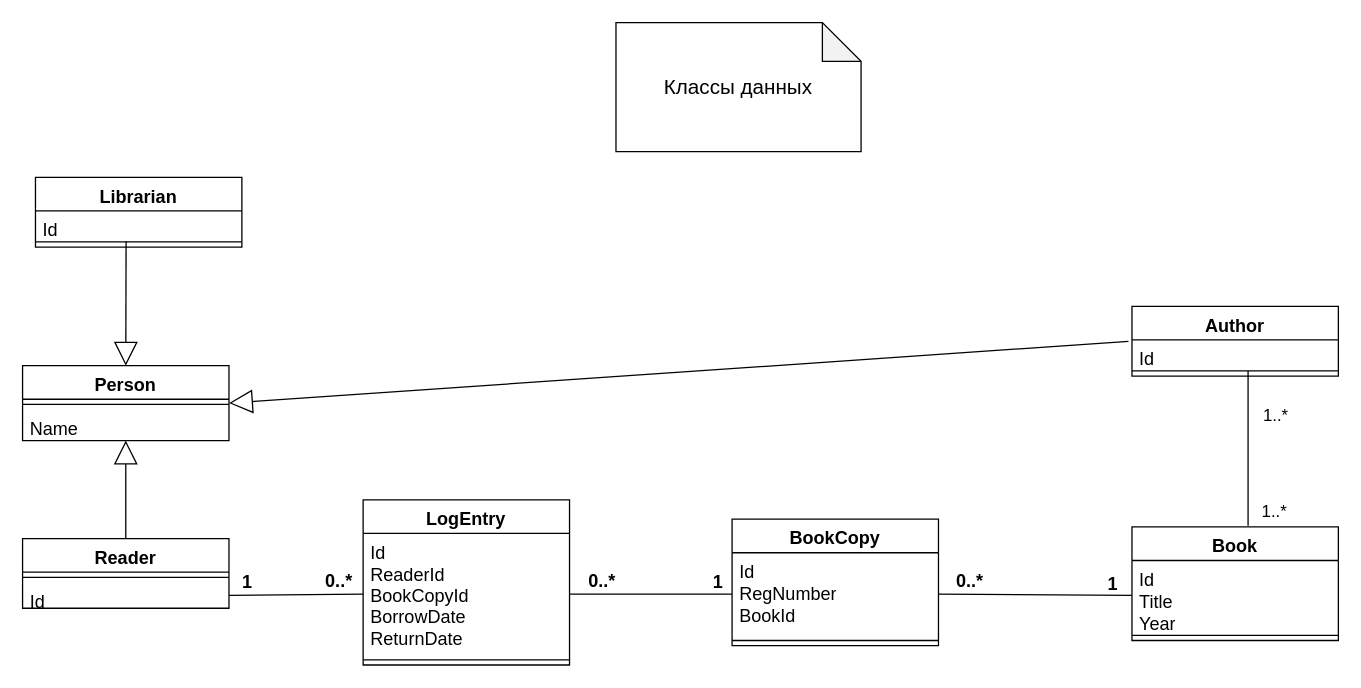
Earlier version of the draw.io diagram Документы/Диаграммы/КлассыДанных.drawio (elaktionovtop/Library). Source tidied: cells renumbered, new cells numbered last; positions are measured from the earlier drawing's top-left corner, leaving out a move shared by most shapes. Both pictures are drawn from the tidied source at 129%, with x=0, y=0 at pixel (22, 22).
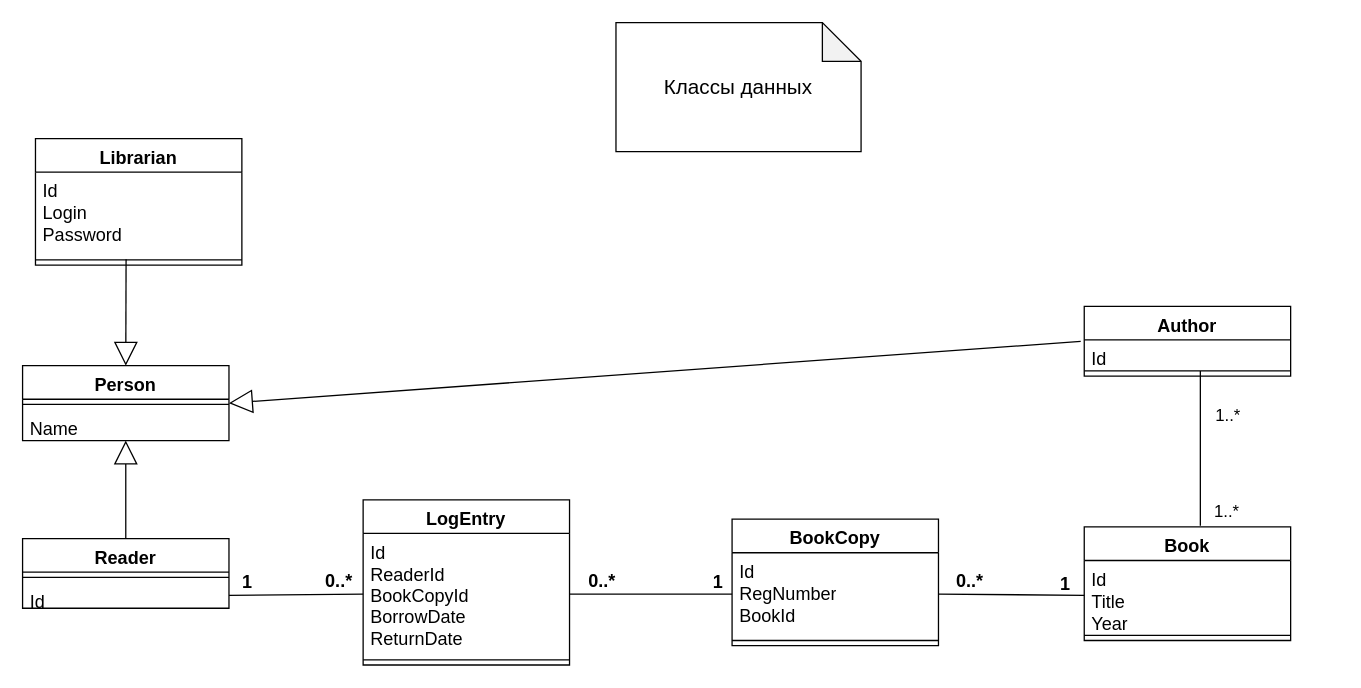
The same diagram, later.

Diff of the diagram source:
```diff
@@
     <mxCell id="14" value="Librarian" style="swimlane;fontStyle=1;align=center;verticalAlign=top;horizontal=1;startSize=26;whiteSpace=wrap;html=1;fontSize=14;" parent="1" vertex="1">
-      <mxGeometry x="10" y="120" width="160" height="54" as="geometry" />
+      <mxGeometry x="10" y="90" width="160" height="98" as="geometry" />
     </mxCell>
-    <mxCell id="15" value="&lt;div&gt;Id&lt;/div&gt;" style="text;strokeColor=none;fillColor=none;align=left;verticalAlign=top;spacingLeft=4;spacingRight=4;overflow=hidden;whiteSpace=wrap;html=1;fontSize=14;" parent="14" vertex="1">
-      <mxGeometry y="26" width="160" height="20" as="geometry" />
+    <mxCell id="15" value="&lt;div&gt;Id&lt;/div&gt;&lt;div&gt;Login&lt;/div&gt;&lt;div&gt;Password&lt;/div&gt;" style="text;strokeColor=none;fillColor=none;align=left;verticalAlign=top;spacingLeft=4;spacingRight=4;overflow=hidden;whiteSpace=wrap;html=1;fontSize=14;" parent="14" vertex="1">
+      <mxGeometry y="26" width="160" height="64" as="geometry" />
     </mxCell>
     <mxCell id="16" style="line;strokeWidth=1;fillColor=none;align=left;verticalAlign=middle;spacingTop=-1;spacingLeft=3;spacingRight=3;labelPosition=right;points=[];portConstraint=eastwest;strokeColor=inherit;fontSize=14;" parent="14" vertex="1">
-      <mxGeometry y="46" width="160" height="8" as="geometry" />
+      <mxGeometry y="90" width="160" height="8" as="geometry" />
     </mxCell>
@@
     <mxCell id="18" style="endArrow=none;html=1;rounded=0;" parent="1" edge="1">
       <mxGeometry relative="1" as="geometry">
-        <mxPoint x="950" y="390" as="sourcePoint" />
-        <mxPoint x="950" y="270" as="targetPoint" />
+        <mxPoint x="913" y="390" as="sourcePoint" />
+        <mxPoint x="913" y="270" as="targetPoint" />
       </mxGeometry>
     </mxCell>
@@
     <mxCell id="28" value="Book" style="swimlane;fontStyle=1;align=center;verticalAlign=top;horizontal=1;startSize=26;whiteSpace=wrap;html=1;fontSize=14;" parent="1" vertex="1">
-      <mxGeometry x="860" y="391" width="160" height="88" as="geometry" />
+      <mxGeometry x="823" y="391" width="160" height="88" as="geometry" />
     </mxCell>
@@
     <mxCell id="32" value="&lt;font style=&quot;font-size: 14px;&quot;&gt;&lt;b&gt;1&lt;/b&gt;&lt;/font&gt;" style="text;html=1;align=center;verticalAlign=middle;strokeColor=none;fillColor=none;" parent="1" vertex="1">
-      <mxGeometry x="830" y="420" width="30" height="30" as="geometry" />
+      <mxGeometry x="793" y="420" width="30" height="30" as="geometry" />
     </mxCell>
@@
     <mxCell id="34" value="Author" style="swimlane;fontStyle=1;align=center;verticalAlign=top;horizontal=1;startSize=26;whiteSpace=wrap;html=1;fontSize=14;" parent="1" vertex="1">
-      <mxGeometry x="860" y="220" width="160" height="54" as="geometry" />
+      <mxGeometry x="823" y="220" width="160" height="54" as="geometry" />
     </mxCell>
@@
     <mxCell id="37" value="&lt;font style=&quot;font-size: 13px;&quot;&gt;1..*&lt;/font&gt;" style="text;whiteSpace=wrap;html=1;" parent="1" vertex="1">
-      <mxGeometry x="960" y="290" width="50" height="40" as="geometry" />
+      <mxGeometry x="923" y="290" width="50" height="40" as="geometry" />
     </mxCell>
     <mxCell id="38" value="&lt;font style=&quot;font-size: 13px;&quot;&gt;1..*&lt;/font&gt;" style="text;whiteSpace=wrap;html=1;" parent="1" vertex="1">
-      <mxGeometry x="959" y="365" width="50" height="40" as="geometry" />
+      <mxGeometry x="922" y="365" width="50" height="40" as="geometry" />
     </mxCell>
```
